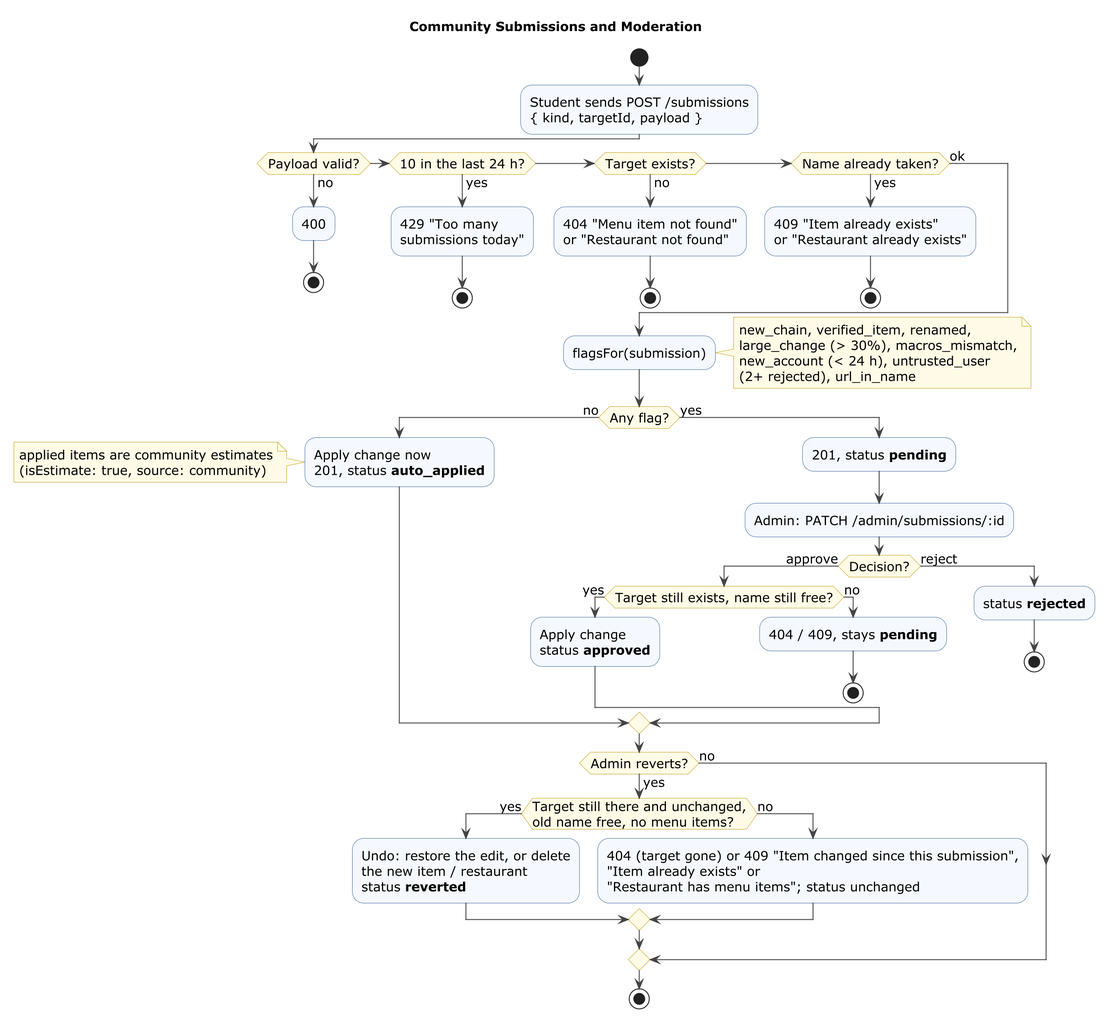
This is docs/diagrams/activity-moderation.png from polter-dev/POOSD_large_proj, a PlantUML export, as it was before one commit.
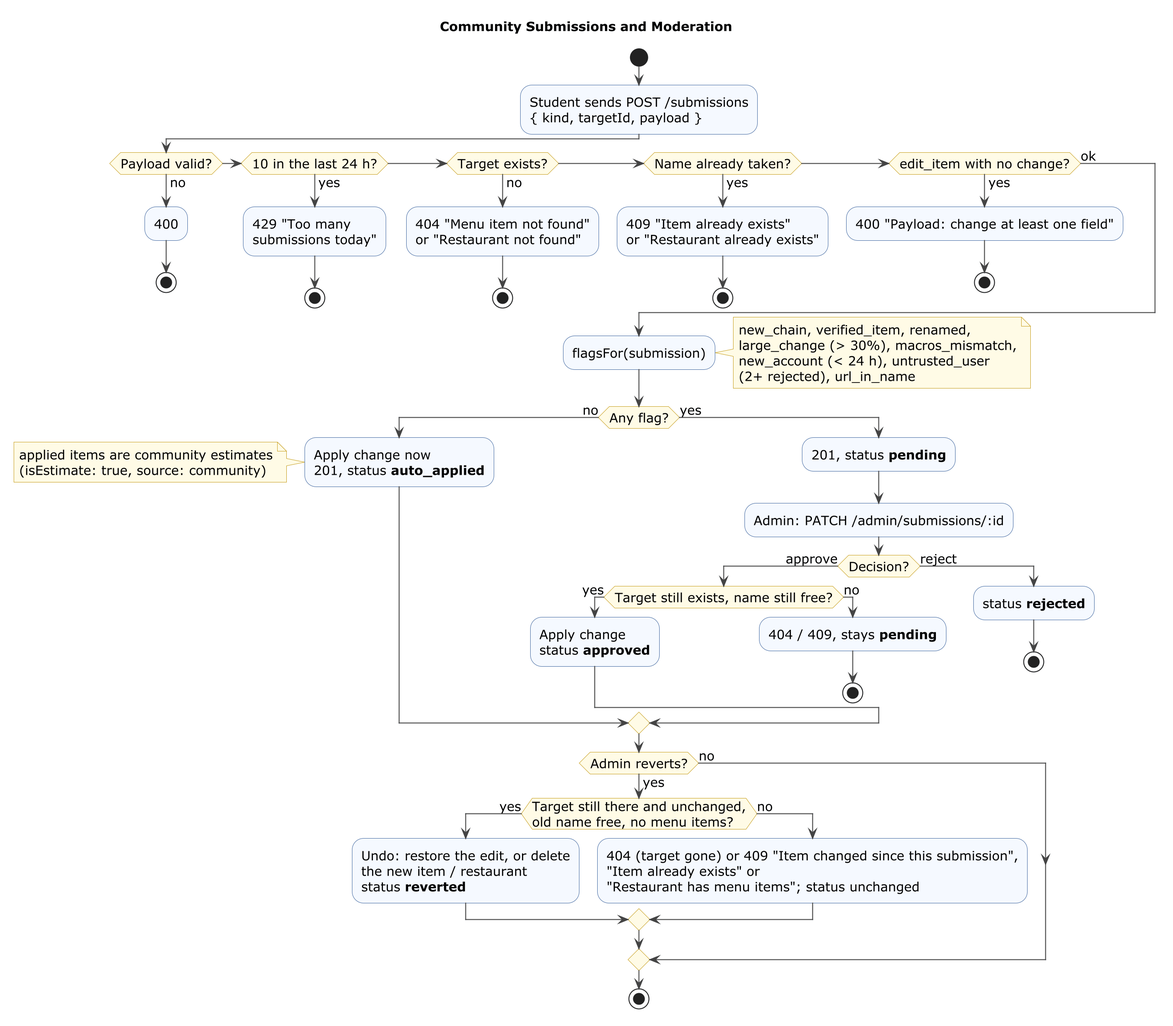
The same diagram one commit later.

Commit message:
Moderation diagram: no-op edit_item 400 branch (#140)

What changed in the source:
```diff
@@ -27,6 +27,9 @@
   stop
 elseif (Name already taken?) then (yes)
   :409 "Item already exists"\nor "Restaurant already exists";
+  stop
+elseif (edit_item with no change?) then (yes)
+  :400 "Payload: change at least one field";
   stop
 else (ok)
 endif
```
